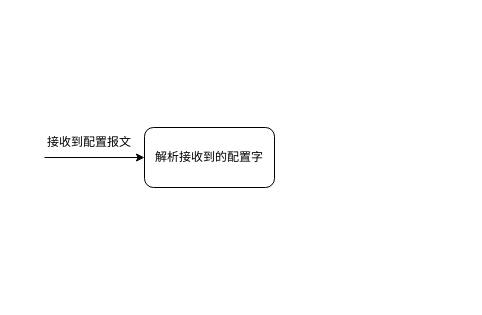
The draw.io diagram CarCfgTest.drawio in woshitanwang/pics_procdure, before the edit. Source tidied: cells renumbered, new cells numbered last; positions are measured from the earlier drawing's top-left corner, leaving out a move shared by most shapes. Both pictures are drawn from the tidied source at 100%, with x=0, y=0 at pixel (44, 127).
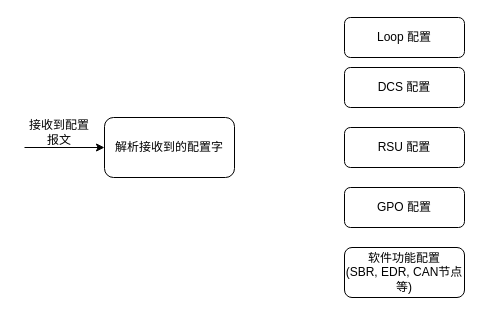
Above is the later version.

The edit, as a diff of the source:
```diff
@@
 <mxGraphModel>
   <root>
     <mxCell id="0" />
     <mxCell id="1" parent="0" />
-    <mxCell id="2" style="endArrow=classic;html=1;rounded=0;exitX=0;exitY=1;exitDx=0;exitDy=0;" parent="1" edge="1" source="4">
+    <mxCell id="2" style="endArrow=classic;html=1;rounded=0;" parent="1" edge="1">
       <mxGeometry relative="1" as="geometry">
-        <mxPoint x="100" y="30" as="targetPoint" />
+        <mxPoint x="-20" y="20" as="sourcePoint" />
+        <mxPoint x="60" y="20" as="targetPoint" />
       </mxGeometry>
     </mxCell>
     <mxCell id="3" value="解析接收到的配置字" style="rounded=1;whiteSpace=wrap;html=1;" parent="1" vertex="1">
-      <mxGeometry x="100" width="130" height="60" as="geometry" />
+      <mxGeometry x="60" y="-10" width="130" height="60" as="geometry" />
     </mxCell>
     <mxCell id="4" value="接收到配置报文" style="text;html=1;align=center;verticalAlign=middle;whiteSpace=wrap;rounded=0;" parent="1" vertex="1">
-      <mxGeometry width="90" height="30" as="geometry" />
+      <mxGeometry x="-20" y="-10" width="70" height="30" as="geometry" />
     </mxCell>
+    <mxCell id="5" value="Loop 配置" style="rounded=1;whiteSpace=wrap;html=1;" parent="1" vertex="1">
+      <mxGeometry x="300" y="-110" width="120" height="40" as="geometry" />
+    </mxCell>
+    <mxCell id="6" value="DCS 配置" style="rounded=1;whiteSpace=wrap;html=1;" parent="1" vertex="1">
+      <mxGeometry x="300" y="-60" width="120" height="40" as="geometry" />
+    </mxCell>
+    <mxCell id="7" value="RSU 配置" style="rounded=1;whiteSpace=wrap;html=1;" parent="1" vertex="1">
+      <mxGeometry x="300" width="120" height="40" as="geometry" />
+    </mxCell>
+    <mxCell id="8" value="GPO 配置" style="rounded=1;whiteSpace=wrap;html=1;" parent="1" vertex="1">
+      <mxGeometry x="300" y="60" width="120" height="40" as="geometry" />
+    </mxCell>
+    <mxCell id="9" value="软件功能配置&lt;div&gt;(SBR, EDR, CAN节点等)&lt;/div&gt;" style="rounded=1;whiteSpace=wrap;html=1;" parent="1" vertex="1">
+      <mxGeometry x="300" y="120" width="120" height="50" as="geometry" />
+    </mxCell>
   </root>
 </mxGraphModel>
```
